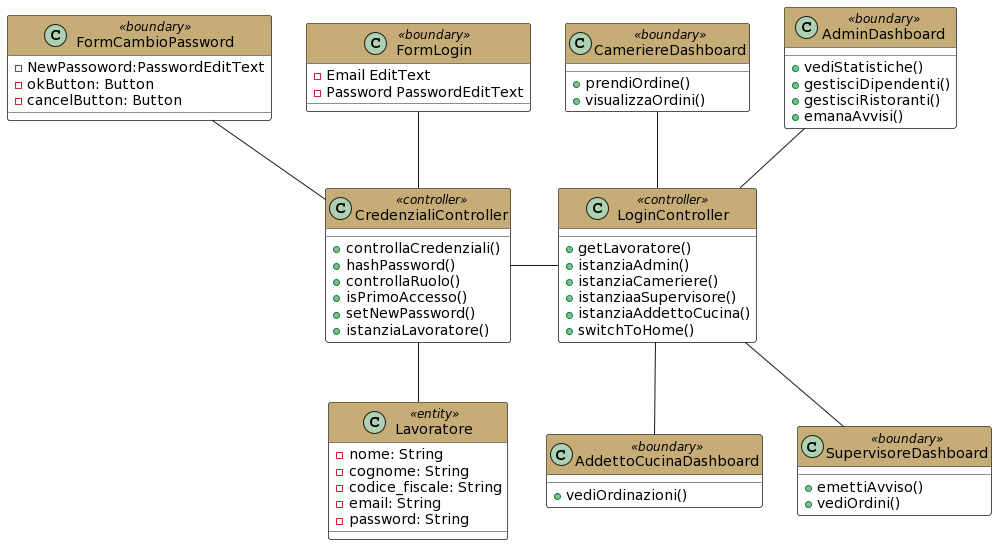
Before: Documentazione/assets/diagrammi/Class diagram di analisi/Gestione Login.png, a diagram exported from PlantUML (Mathieus99/RatatouilleDoc).
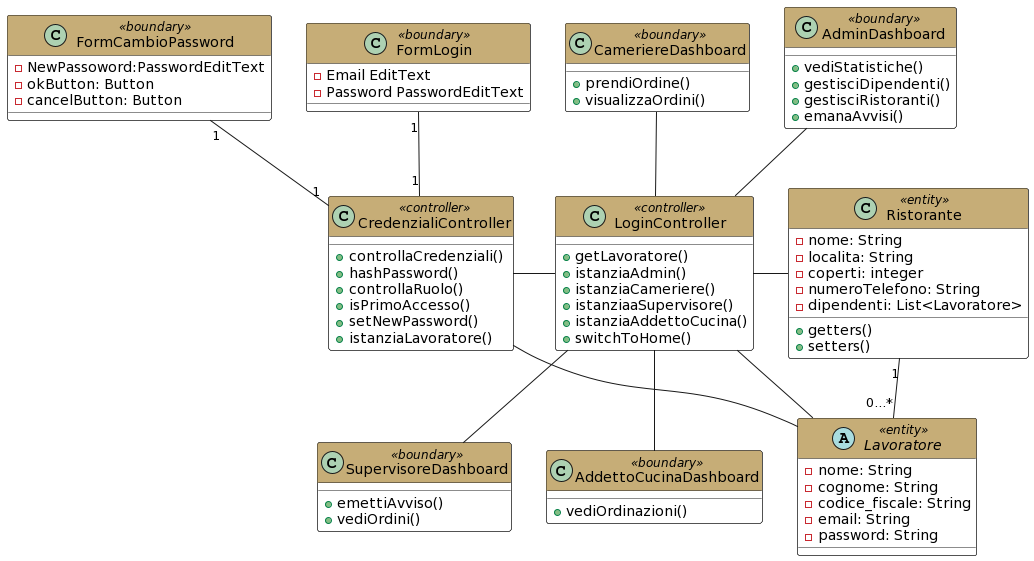
After the commit.

Change to the diagram source:
```diff
@@ -37,7 +37,7 @@
 }
 
 
-class Lavoratore <<entity>>  #header:C6AD77  {
+abstract Lavoratore <<entity>>  #header:C6AD77  {
    -nome: String
    -cognome: String
    -codice_fiscale: String
@@ -63,6 +63,15 @@
  +switchToHome()
 }
 
+class Ristorante<<entity>>  #header:C6AD77 {
+ -nome: String
+ -localita: String
+ -coperti: integer
+ -numeroTelefono: String
+ -dipendenti: List<Lavoratore>
+ +getters()
+ +setters()
+}
 
 class FormCambioPassword  <<boundary>>  #header:C6AD77 {
    -NewPassoword:PasswordEditText
@@ -70,10 +79,14 @@
    -cancelButton: Button
 }
 
+Ristorante "1" -down- "0...*" Lavoratore
 CredenzialiController  -down- Lavoratore
-CredenzialiController -up- FormLogin
-CredenzialiController -up- FormCambioPassword
+LoginController-down- Lavoratore
+
+CredenzialiController "1" -up- "1" FormLogin
+CredenzialiController "1" -up- "1" FormCambioPassword
 CredenzialiController -right-- LoginController
+LoginController -right- Ristorante
 LoginController -up- AdminDashboard
 LoginController -down- SupervisoreDashboard
 LoginController -down- AddettoCucinaDashboard
```
